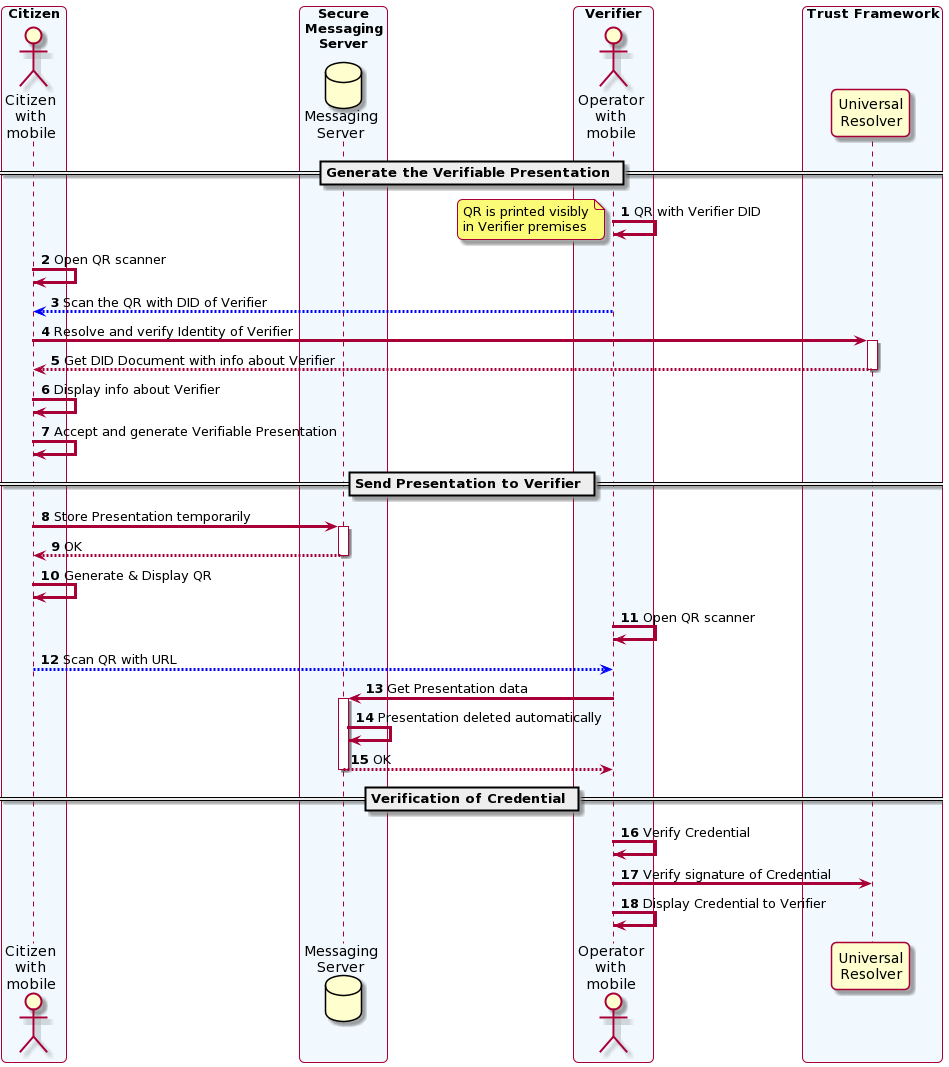
The PlantUML diagram images/SafeIsland_CredentialPresentation.png in kemalbehram/SafeIsland, before a commit. Its diagram source:
```plantuml
@startuml
autonumber
skinparam sequence {
ArrowThickness 3
}

skinparam roundcorner 10
skinparam maxmessagesize 300

box "Citizen" #f1f9ff
  actor "Citizen\nwith\nmobile" as CI
end box

box "Secure\nMessaging\nServer" #f1f9ff
  database "Messaging\nServer" as SM
end box

box "Verifier" #f1f9ff
  actor "Operator\nwith\nmobile" as VE
end box

box "Trust Framework" #f1f9ff
  participant "Universal\nResolver" as UR
end box

== Generate the Verifiable Presentation ==
VE -> VE: QR with Verifier DID
note left: QR is printed visibly\nin Verifier premises
CI -> CI: Open QR scanner
VE -[#0000FF]-> CI: Scan the QR with DID of Verifier

CI -> UR: Resolve and verify Identity of Verifier
activate UR
return Get DID Document with info about Verifier
CI -> CI: Display info about Verifier

CI -> CI: Accept and generate Verifiable Presentation

== Send Presentation to Verifier ==
CI -> SM: Store Presentation temporarily
activate SM
return OK
CI -> CI: Generate & Display QR

VE -> VE: Open QR scanner
CI -[#0000FF]-> VE: Scan QR with URL

VE -> SM: Get Presentation data
activate SM
SM -> SM: Presentation deleted automatically
return OK

== Verification of Credential ==
VE -> VE: Verify Credential
VE -> UR: Verify signature of Credential
VE -> VE: Display Credential to Verifier
@enduml
```
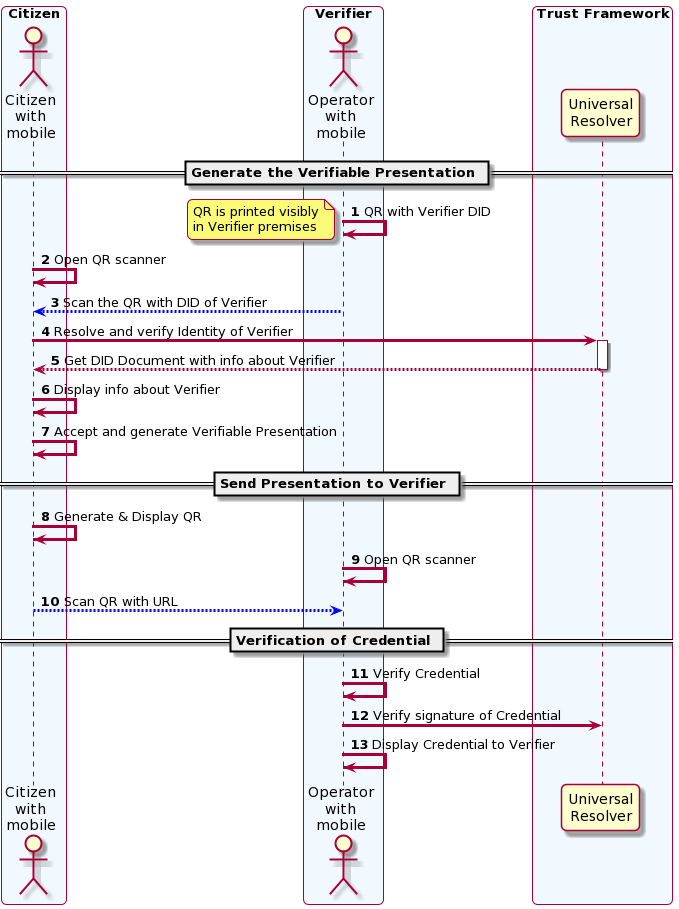
After the change.

Diff of the diagram source:
```diff
@@ -9,10 +9,6 @@
 
 box "Citizen" #f1f9ff
   actor "Citizen\nwith\nmobile" as CI
-end box
-
-box "Secure\nMessaging\nServer" #f1f9ff
-  database "Messaging\nServer" as SM
 end box
 
 box "Verifier" #f1f9ff
@@ -37,18 +33,10 @@
 CI -> CI: Accept and generate Verifiable Presentation
 
 == Send Presentation to Verifier ==
-CI -> SM: Store Presentation temporarily
-activate SM
-return OK
 CI -> CI: Generate & Display QR
 
 VE -> VE: Open QR scanner
 CI -[#0000FF]-> VE: Scan QR with URL
-
-VE -> SM: Get Presentation data
-activate SM
-SM -> SM: Presentation deleted automatically
-return OK
 
 == Verification of Credential ==
 VE -> VE: Verify Credential
```
